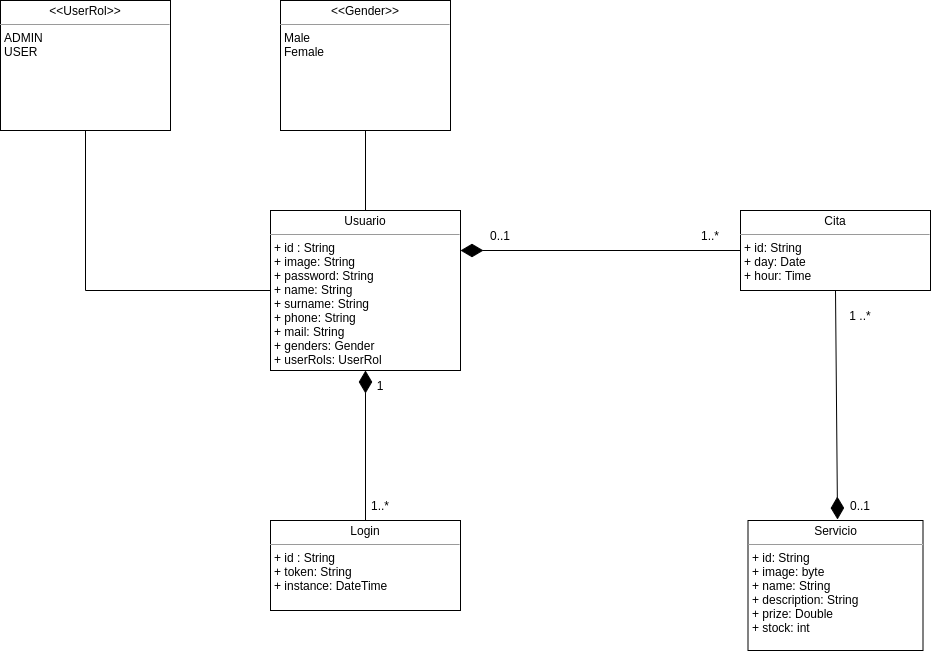
Above: Diagramas/peluqueria.png in Nerd-Geek/PeluqueriaDAM (draw.io), before the change. Source tidied: cells renumbered, new cells last; positions are measured from the earlier drawing's top-left corner, leaving out a move shared by most shapes.
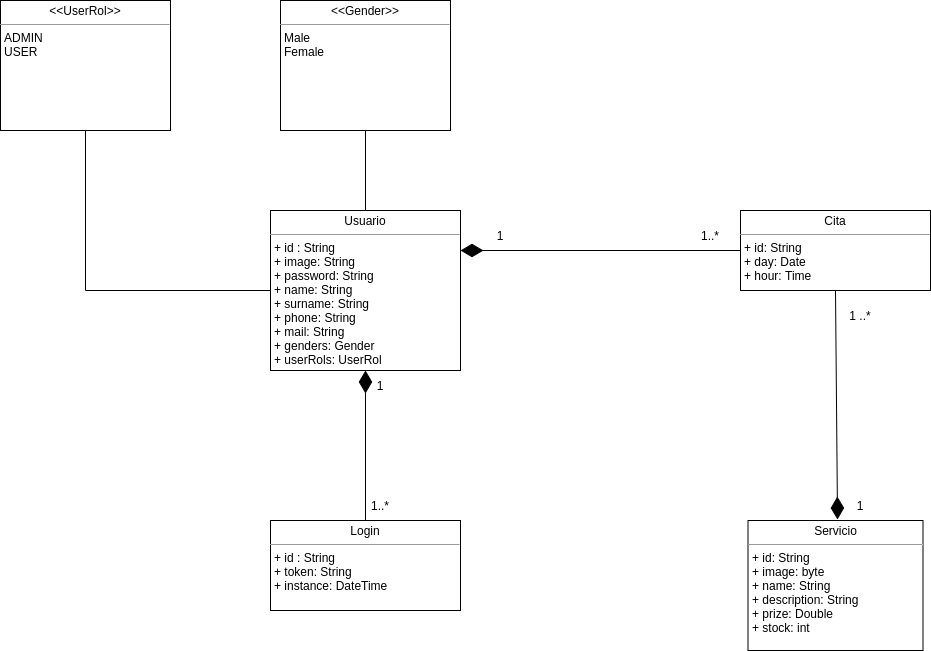
Later version of the same file.

Commit message:
Modificado Esquema

What changed in the source:
```diff
@@ -26,7 +26,7 @@
     <mxCell id="9" style="endArrow=diamondThin;html=1;rounded=0;endSize=20;strokeWidth=1;exitX=0;exitY=0.5;exitDx=0;exitDy=0;entryX=1;entryY=0.25;entryDx=0;entryDy=0;endFill=1;" parent="1" edge="1" source="3" target="2">
       <mxGeometry relative="1" as="geometry" />
     </mxCell>
-    <mxCell id="10" value="0..1" style="text;html=1;strokeColor=none;fillColor=none;align=center;verticalAlign=middle;whiteSpace=wrap;rounded=0;" parent="1" vertex="1">
+    <mxCell id="10" value="1" style="text;html=1;strokeColor=none;fillColor=none;align=center;verticalAlign=middle;whiteSpace=wrap;rounded=0;" parent="1" vertex="1">
       <mxGeometry x="470" y="220" width="60" height="30" as="geometry" />
     </mxCell>
     <mxCell id="11" value="1..*" style="text;html=1;strokeColor=none;fillColor=none;align=center;verticalAlign=middle;whiteSpace=wrap;rounded=0;" parent="1" vertex="1">
@@ -38,7 +38,7 @@
     <mxCell id="13" value="1 ..*" style="text;html=1;strokeColor=none;fillColor=none;align=center;verticalAlign=middle;whiteSpace=wrap;rounded=0;" parent="1" vertex="1">
       <mxGeometry x="830" y="300" width="60" height="30" as="geometry" />
     </mxCell>
-    <mxCell id="14" value="0..1" style="text;html=1;strokeColor=none;fillColor=none;align=center;verticalAlign=middle;whiteSpace=wrap;rounded=0;" parent="1" vertex="1">
+    <mxCell id="14" value="1" style="text;html=1;strokeColor=none;fillColor=none;align=center;verticalAlign=middle;whiteSpace=wrap;rounded=0;" parent="1" vertex="1">
       <mxGeometry x="830" y="490" width="60" height="30" as="geometry" />
     </mxCell>
     <mxCell id="15" value="&lt;p style=&quot;margin: 0px ; margin-top: 4px ; text-align: center&quot;&gt;&amp;lt;&amp;lt;Gender&amp;gt;&amp;gt;&lt;/p&gt;&lt;hr size=&quot;1&quot;&gt;&lt;p style=&quot;margin: 0px ; margin-left: 4px&quot;&gt;Male&lt;/p&gt;&lt;p style=&quot;margin: 0px ; margin-left: 4px&quot;&gt;Female&lt;/p&gt;" style="verticalAlign=top;align=left;overflow=fill;fontSize=12;fontFamily=Helvetica;html=1;rounded=0;shadow=0;comic=0;labelBackgroundColor=none;strokeWidth=1;" parent="1" vertex="1">
```
